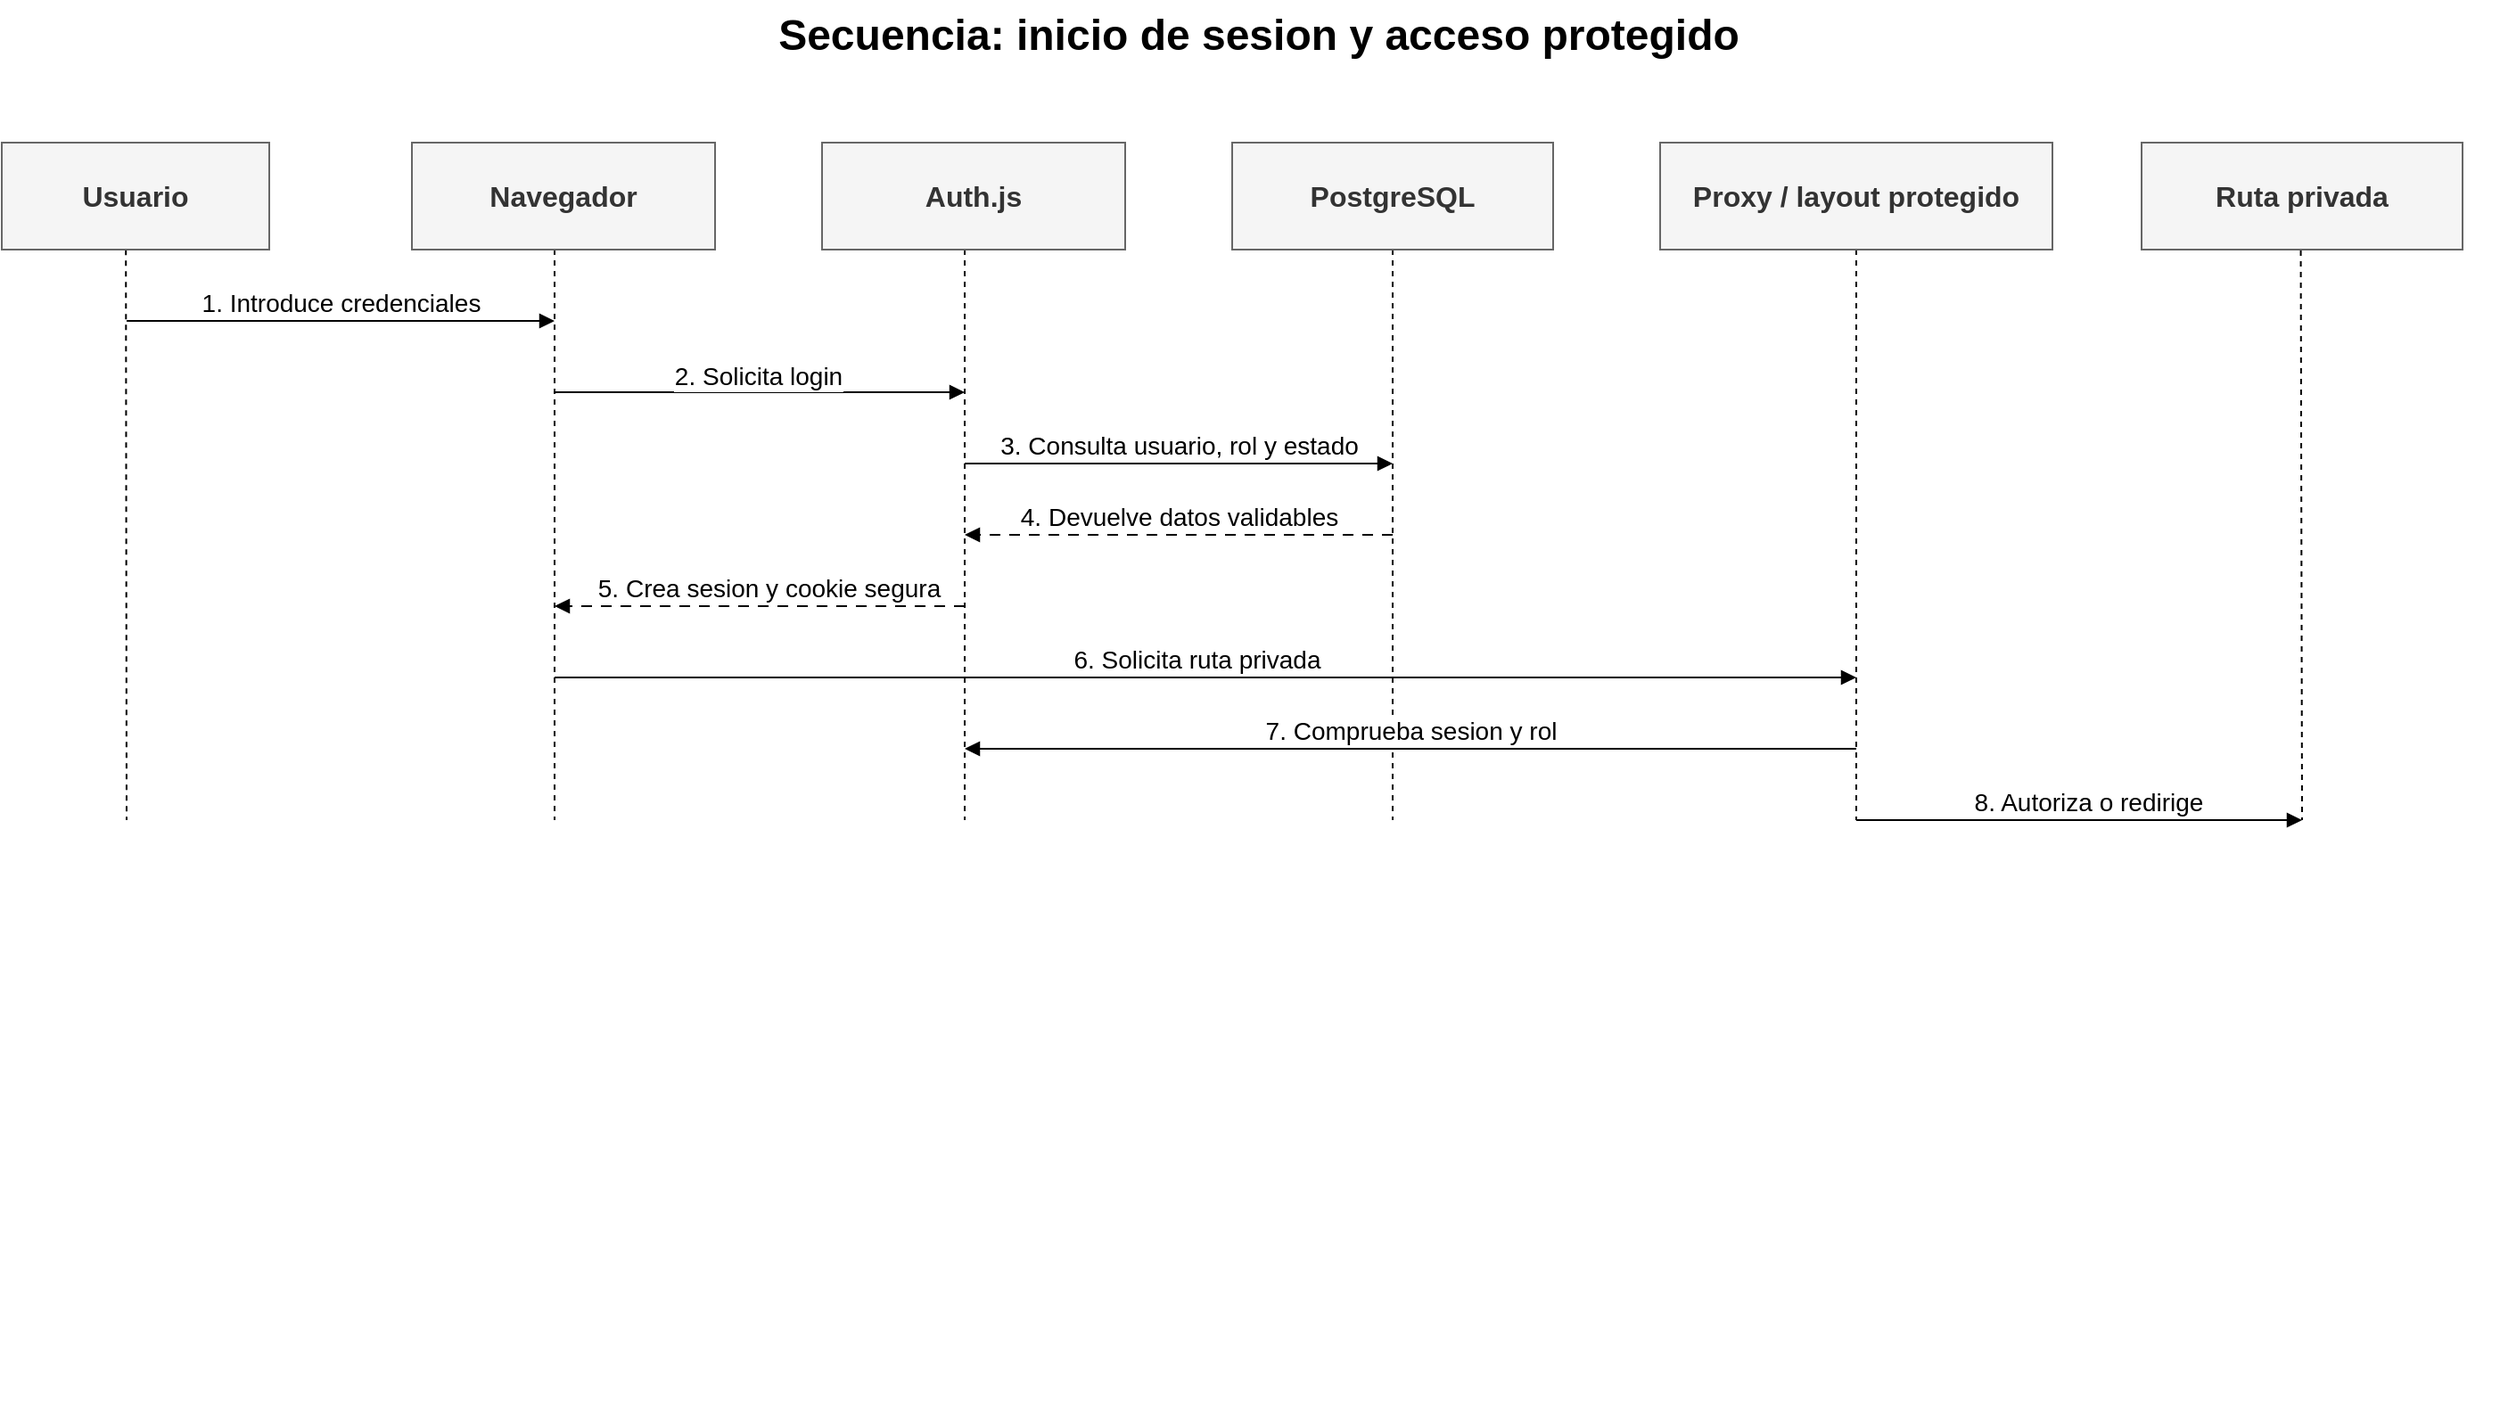
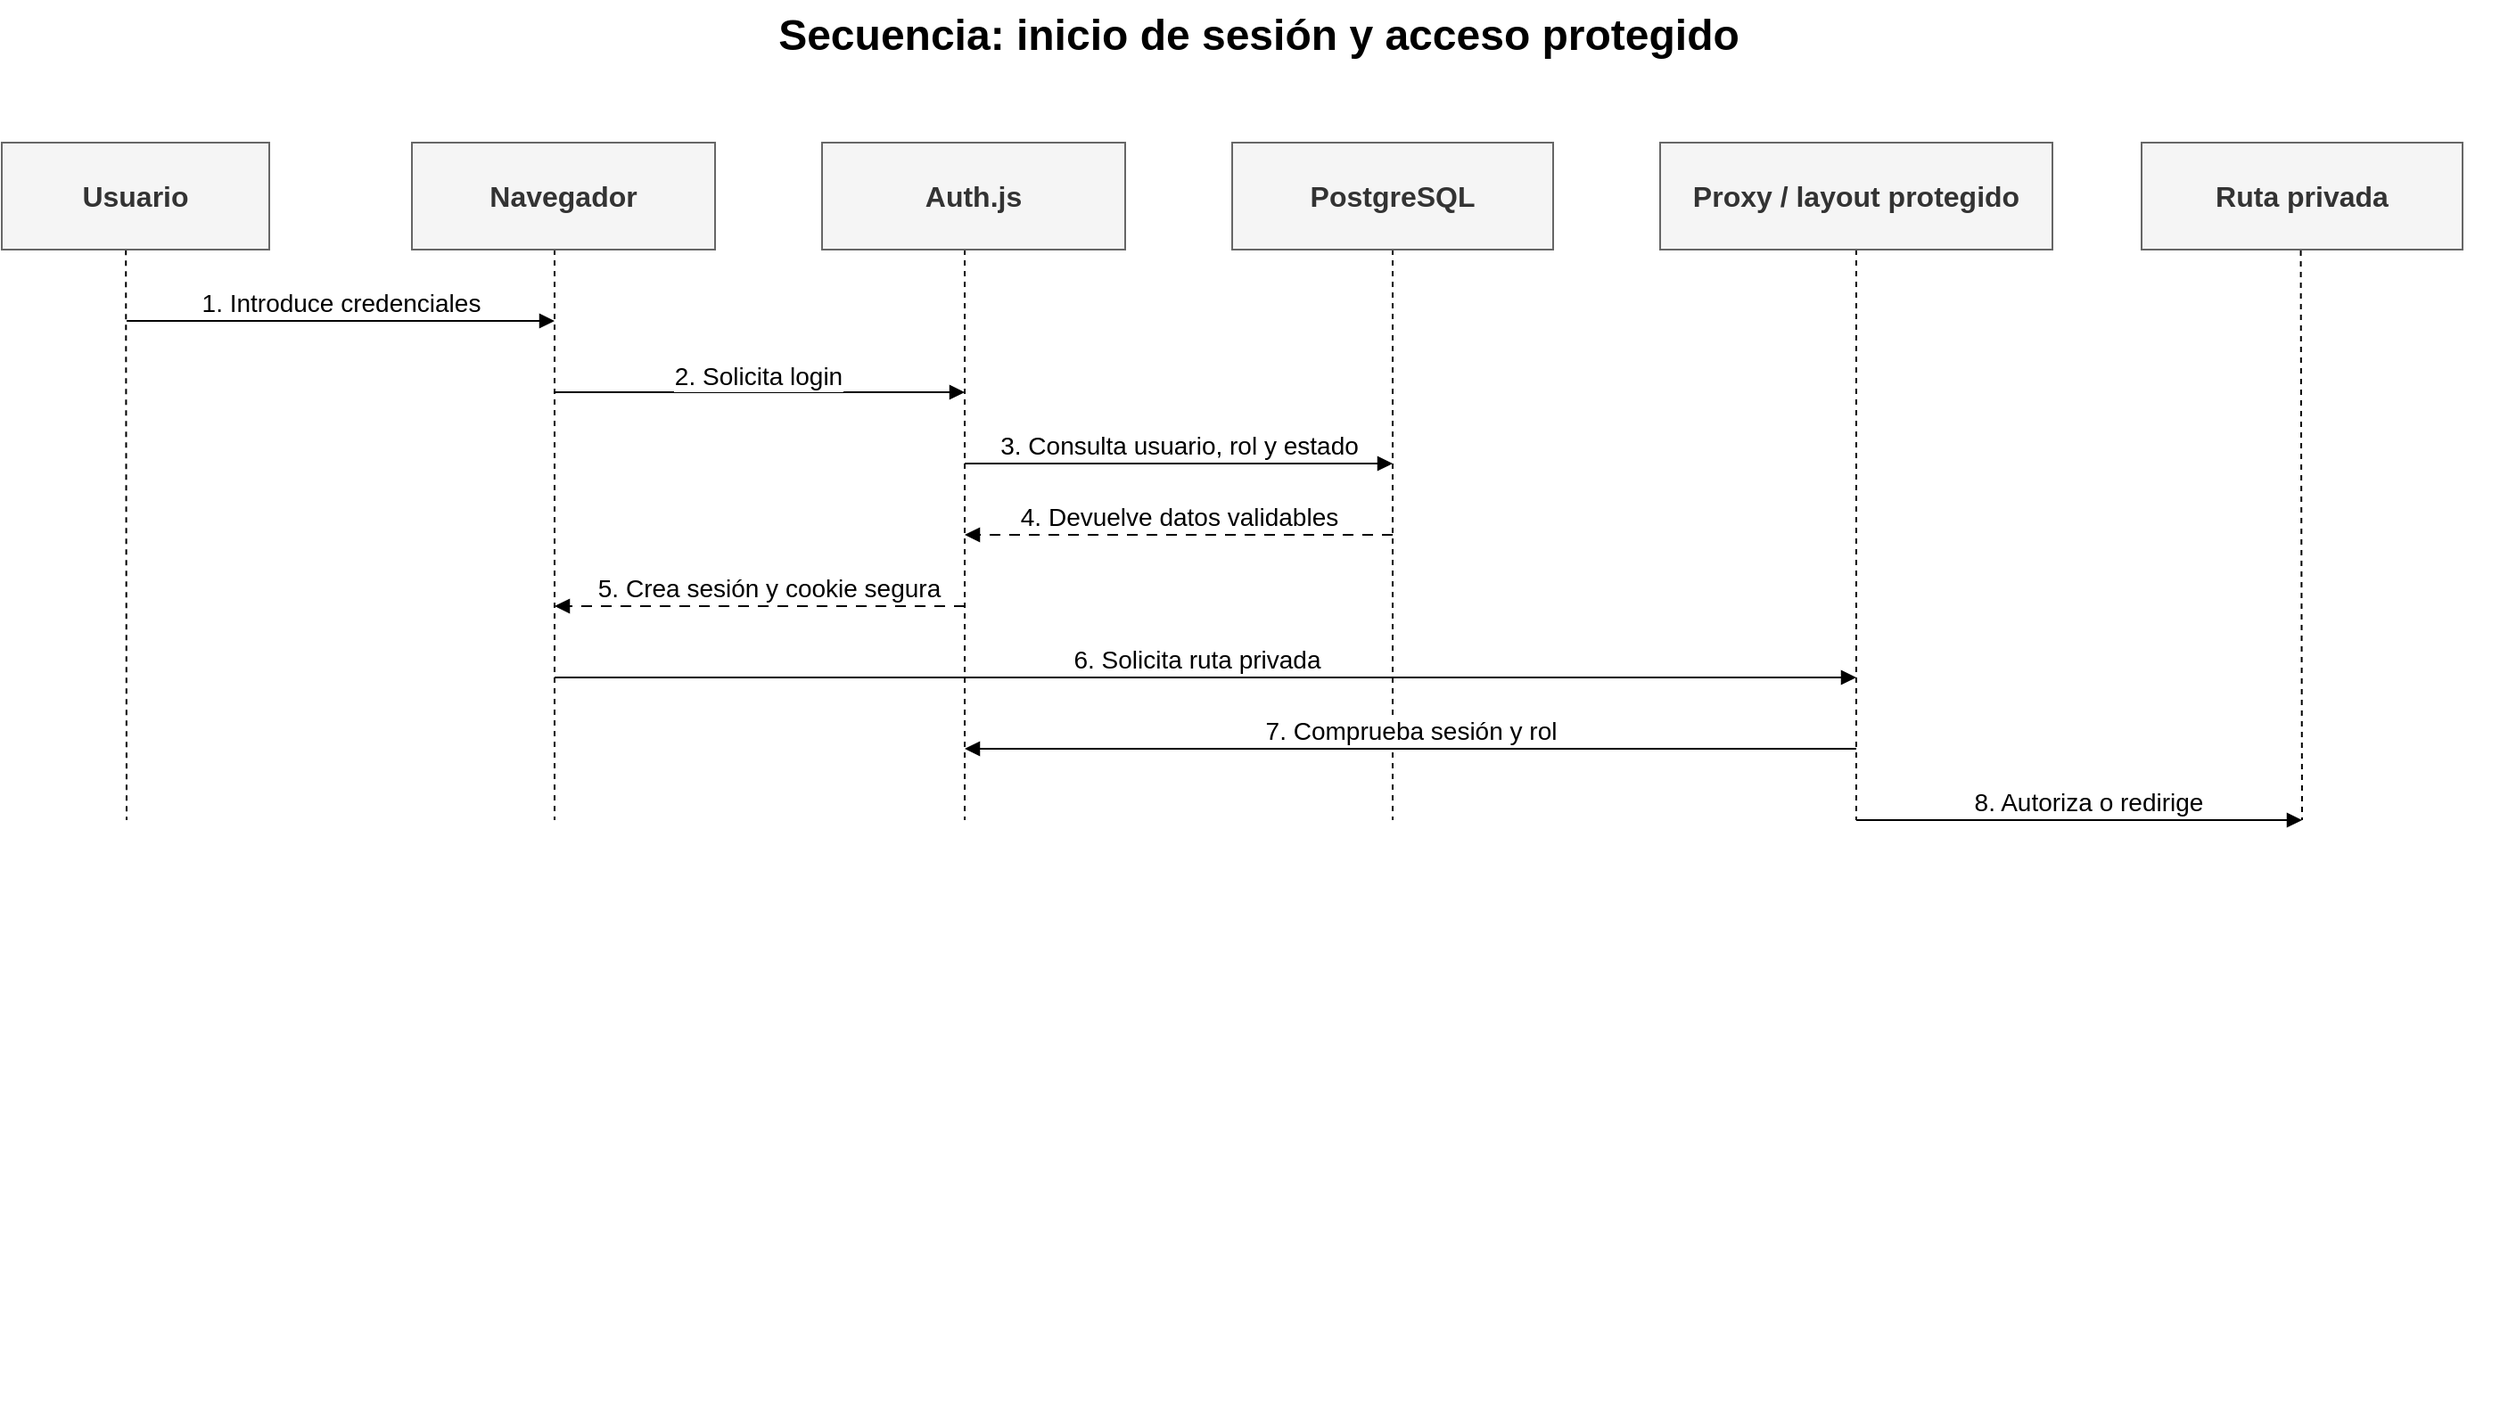
<mxfile host="65bd71144e">
-     <diagram name="Secuencia: inicio de sesion y acceso protegido" id="sequence-login-protected-access">
+     <diagram name="Secuencia: inicio de sesión y acceso protegido" id="sequence-login-protected-access">
        <mxGraphModel dx="455" dy="363" grid="1" gridSize="10" guides="1" tooltips="1" connect="1" arrows="1" fold="1" page="1" pageScale="1" pageWidth="1450" pageHeight="860" math="0" shadow="0">
            <root>
                <mxCell id="0"/>
                <mxCell id="1" parent="0"/>
-                 <mxCell id="title" value="Secuencia: inicio de sesion y acceso protegido" style="rounded=0;whiteSpace=wrap;html=1;strokeColor=none;fillColor=none;fontStyle=1;fontSize=24;fontColor=#000000;" parent="1" vertex="1">
+                 <mxCell id="title" value="Secuencia: inicio de sesión y acceso protegido" style="rounded=0;whiteSpace=wrap;html=1;strokeColor=none;fillColor=none;fontStyle=1;fontSize=24;fontColor=#000000;" parent="1" vertex="1">
                    <mxGeometry x="30" y="20" width="1390" height="40" as="geometry"/>
                </mxCell>
                <mxCell id="2" style="edgeStyle=none;html=1;endArrow=none;endFill=0;exitX=0.464;exitY=1.002;exitDx=0;exitDy=0;exitPerimeter=0;dashed=1;" parent="1" source="p0" edge="1">
                    <mxGeometry relative="1" as="geometry">
                        <mxPoint x="90" y="480" as="targetPoint"/>
                    </mxGeometry>
                </mxCell>
                <mxCell id="p0" value="Usuario" style="rounded=0;whiteSpace=wrap;html=1;fillColor=#f5f5f5;strokeColor=#666666;fontColor=#333333;fontSize=16;spacing=8;align=center;verticalAlign=middle;fontStyle=1;" parent="1" vertex="1">
                    <mxGeometry x="20" y="100" width="150" height="60" as="geometry"/>
                </mxCell>
                <mxCell id="life0" value="" style="shape=line;html=1;strokeColor=#000000;dashed=1;dashPattern=6 5;" parent="1" vertex="1">
                    <mxGeometry x="95" y="158" height="657" as="geometry"/>
                </mxCell>
                <mxCell id="3" style="edgeStyle=none;html=1;endArrow=none;endFill=0;dashed=1;" parent="1" edge="1">
                    <mxGeometry relative="1" as="geometry">
                        <mxPoint x="330" y="160" as="sourcePoint"/>
                        <mxPoint x="330" y="480" as="targetPoint"/>
                    </mxGeometry>
                </mxCell>
                <mxCell id="p1" value="Navegador" style="rounded=0;whiteSpace=wrap;html=1;fillColor=#f5f5f5;strokeColor=#666666;fontColor=#333333;fontSize=16;spacing=8;align=center;verticalAlign=middle;fontStyle=1;" parent="1" vertex="1">
                    <mxGeometry x="250" y="100" width="170" height="60" as="geometry"/>
                </mxCell>
                <mxCell id="life1" value="" style="shape=line;html=1;strokeColor=#000000;dashed=1;dashPattern=6 5;" parent="1" vertex="1">
                    <mxGeometry x="330" y="158" height="657" as="geometry"/>
                </mxCell>
                <mxCell id="4" style="edgeStyle=none;html=1;endArrow=none;endFill=0;dashed=1;" parent="1" edge="1">
                    <mxGeometry relative="1" as="geometry">
                        <mxPoint x="560" y="160" as="sourcePoint"/>
                        <mxPoint x="560" y="480" as="targetPoint"/>
                    </mxGeometry>
                </mxCell>
                <mxCell id="p2" value="Auth.js" style="rounded=0;whiteSpace=wrap;html=1;fillColor=#f5f5f5;strokeColor=#666666;fontColor=#333333;fontSize=16;spacing=8;align=center;verticalAlign=middle;fontStyle=1;" parent="1" vertex="1">
                    <mxGeometry x="480" y="100" width="170" height="60" as="geometry"/>
                </mxCell>
                <mxCell id="life2" value="" style="shape=line;html=1;strokeColor=#000000;dashed=1;dashPattern=6 5;" parent="1" vertex="1">
                    <mxGeometry x="565" y="158" height="657" as="geometry"/>
                </mxCell>
                <mxCell id="5" style="edgeStyle=none;html=1;endArrow=none;endFill=0;dashed=1;" parent="1" source="p3" edge="1">
                    <mxGeometry relative="1" as="geometry">
                        <mxPoint x="800" y="480" as="targetPoint"/>
                    </mxGeometry>
                </mxCell>
                <mxCell id="p3" value="PostgreSQL" style="rounded=0;whiteSpace=wrap;html=1;fillColor=#f5f5f5;strokeColor=#666666;fontColor=#333333;fontSize=16;spacing=8;align=center;verticalAlign=middle;fontStyle=1;" parent="1" vertex="1">
                    <mxGeometry x="710" y="100" width="180" height="60" as="geometry"/>
                </mxCell>
                <mxCell id="life3" value="" style="shape=line;html=1;strokeColor=#000000;dashed=1;dashPattern=6 5;" parent="1" vertex="1">
                    <mxGeometry x="800" y="158" height="657" as="geometry"/>
                </mxCell>
                <mxCell id="6" style="edgeStyle=none;html=1;endArrow=none;endFill=0;dashed=1;" parent="1" source="p4" edge="1">
                    <mxGeometry relative="1" as="geometry">
                        <mxPoint x="1060" y="480" as="targetPoint"/>
                    </mxGeometry>
                </mxCell>
                <mxCell id="p4" value="Proxy / layout protegido" style="rounded=0;whiteSpace=wrap;html=1;fillColor=#f5f5f5;strokeColor=#666666;fontColor=#333333;fontSize=16;spacing=8;align=center;verticalAlign=middle;fontStyle=1;" parent="1" vertex="1">
                    <mxGeometry x="950" y="100" width="220" height="60" as="geometry"/>
                </mxCell>
                <mxCell id="life4" value="" style="shape=line;html=1;strokeColor=#000000;dashed=1;dashPattern=6 5;" parent="1" vertex="1">
                    <mxGeometry x="1055" y="158" height="657" as="geometry"/>
                </mxCell>
                <mxCell id="7" style="edgeStyle=none;html=1;endArrow=none;endFill=0;exitX=0.496;exitY=1.009;exitDx=0;exitDy=0;exitPerimeter=0;dashed=1;" parent="1" source="p5" edge="1">
                    <mxGeometry relative="1" as="geometry">
                        <mxPoint x="1310" y="480" as="targetPoint"/>
                    </mxGeometry>
                </mxCell>
                <mxCell id="p5" value="Ruta privada" style="rounded=0;whiteSpace=wrap;html=1;fillColor=#f5f5f5;strokeColor=#666666;fontColor=#333333;fontSize=16;spacing=8;align=center;verticalAlign=middle;fontStyle=1;" parent="1" vertex="1">
                    <mxGeometry x="1220" y="100" width="180" height="60" as="geometry"/>
                </mxCell>
                <mxCell id="life5" value="" style="shape=line;html=1;strokeColor=#000000;dashed=1;dashPattern=6 5;" parent="1" vertex="1">
                    <mxGeometry x="1310" y="158" height="657" as="geometry"/>
                </mxCell>
                <mxCell id="msg0" value="1. Introduce credenciales" style="endArrow=block;html=1;rounded=0;strokeColor=#000000;fontColor=#000000;fontSize=14;labelBackgroundColor=#ffffff;" parent="1" edge="1">
                    <mxGeometry y="10" relative="1" as="geometry">
                        <mxPoint x="90" y="200" as="sourcePoint"/>
                        <mxPoint x="330" y="200" as="targetPoint"/>
                        <mxPoint as="offset"/>
                    </mxGeometry>
                </mxCell>
                <mxCell id="msg1" value="2. Solicita login" style="endArrow=block;html=1;rounded=0;strokeColor=#000000;fontColor=#000000;fontSize=14;labelBackgroundColor=#ffffff;" parent="1" edge="1">
                    <mxGeometry x="-0.0087" y="9" relative="1" as="geometry">
                        <mxPoint x="330" y="240" as="sourcePoint"/>
                        <mxPoint x="560" y="240" as="targetPoint"/>
                        <mxPoint as="offset"/>
                    </mxGeometry>
                </mxCell>
                <mxCell id="msg2" value="3. Consulta usuario, rol y estado" style="endArrow=block;html=1;rounded=0;strokeColor=#000000;fontColor=#000000;fontSize=14;labelBackgroundColor=#ffffff;" parent="1" edge="1">
                    <mxGeometry y="10" relative="1" as="geometry">
                        <mxPoint x="560" y="280" as="sourcePoint"/>
                        <mxPoint x="800" y="280" as="targetPoint"/>
                        <mxPoint as="offset"/>
                    </mxGeometry>
                </mxCell>
                <mxCell id="msg3" value="4. Devuelve datos validables" style="endArrow=block;html=1;rounded=0;strokeColor=#000000;fontColor=#000000;fontSize=14;labelBackgroundColor=#ffffff;dashed=1;dashPattern=6 5;" parent="1" edge="1">
                    <mxGeometry y="-10" relative="1" as="geometry">
                        <mxPoint x="800" y="320" as="sourcePoint"/>
                        <mxPoint x="560" y="320" as="targetPoint"/>
                        <mxPoint as="offset"/>
                    </mxGeometry>
                </mxCell>
-                 <mxCell id="msg4" value="5. Crea sesion y cookie segura" style="endArrow=block;html=1;rounded=0;strokeColor=#000000;fontColor=#000000;fontSize=14;labelBackgroundColor=#ffffff;dashed=1;dashPattern=6 5;" parent="1" edge="1">
+                 <mxCell id="msg4" value="5. Crea sesión y cookie segura" style="endArrow=block;html=1;rounded=0;strokeColor=#000000;fontColor=#000000;fontSize=14;labelBackgroundColor=#ffffff;dashed=1;dashPattern=6 5;" parent="1" edge="1">
                    <mxGeometry x="-0.0435" y="-10" relative="1" as="geometry">
                        <mxPoint x="560" y="360" as="sourcePoint"/>
                        <mxPoint x="330" y="360" as="targetPoint"/>
                        <mxPoint as="offset"/>
                    </mxGeometry>
                </mxCell>
                <mxCell id="msg5" value="6. Solicita ruta privada" style="endArrow=block;html=1;rounded=0;strokeColor=#000000;fontColor=#000000;fontSize=14;labelBackgroundColor=#ffffff;" parent="1" edge="1">
                    <mxGeometry x="-0.0137" y="10" relative="1" as="geometry">
                        <mxPoint x="330" y="400" as="sourcePoint"/>
                        <mxPoint x="1060" y="400" as="targetPoint"/>
                        <mxPoint as="offset"/>
                    </mxGeometry>
                </mxCell>
-                 <mxCell id="msg6" value="7. Comprueba sesion y rol" style="endArrow=block;html=1;rounded=0;strokeColor=#000000;fontColor=#000000;fontSize=14;labelBackgroundColor=#ffffff;" parent="1" edge="1">
+                 <mxCell id="msg6" value="7. Comprueba sesión y rol" style="endArrow=block;html=1;rounded=0;strokeColor=#000000;fontColor=#000000;fontSize=14;labelBackgroundColor=#ffffff;" parent="1" edge="1">
                    <mxGeometry y="-10" relative="1" as="geometry">
                        <mxPoint x="1060" y="440" as="sourcePoint"/>
                        <mxPoint x="560" y="440" as="targetPoint"/>
                        <mxPoint as="offset"/>
                    </mxGeometry>
                </mxCell>
                <mxCell id="msg7" value="8. Autoriza o redirige" style="endArrow=block;html=1;rounded=0;strokeColor=#000000;fontColor=#000000;fontSize=14;labelBackgroundColor=#ffffff;" parent="1" edge="1">
                    <mxGeometry x="0.04" y="10" relative="1" as="geometry">
                        <mxPoint x="1060" y="480" as="sourcePoint"/>
                        <mxPoint x="1310" y="480" as="targetPoint"/>
                        <mxPoint as="offset"/>
                    </mxGeometry>
                </mxCell>
            </root>
        </mxGraphModel>
    </diagram>
- </mxfile>+ </mxfile>
